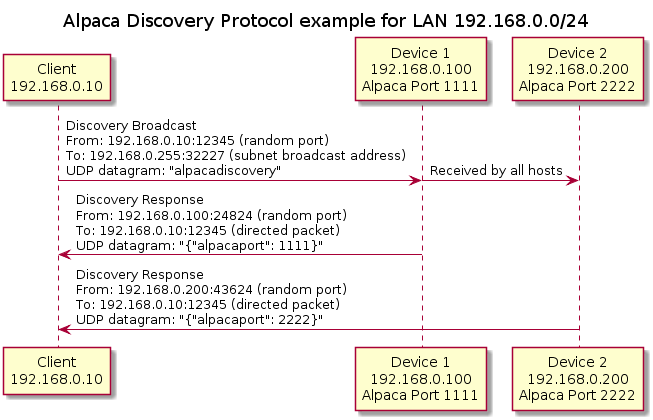
Earlier version of the PlantUML export Alpaca_Discovery_Flow.png (DanielVanNoord/AlpacaDiscoveryTests).
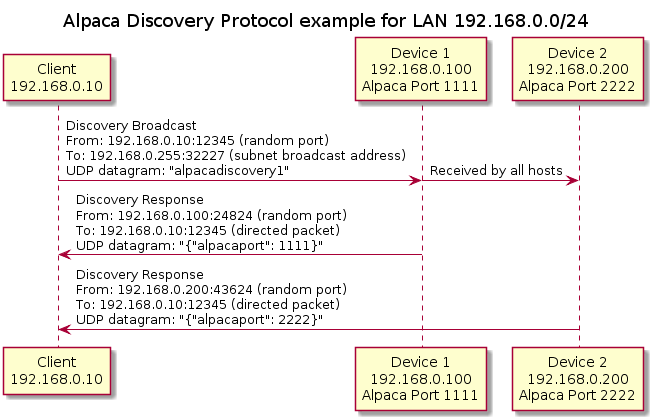
After the change.

Change to the diagram source:
```diff
@@ -5,7 +5,7 @@
 participant "Device 1\n192.168.0.100\nAlpaca Port 1111" as Device1
 participant "Device 2\n192.168.0.200\nAlpaca Port 2222" as Device2
 
-Client -> Device1 : Discovery Broadcast\nFrom: 192.168.0.10:12345 (random port)\nTo: 192.168.0.255:32227 (subnet broadcast address)\nUDP datagram: "alpacadiscovery"
+Client -> Device1 : Discovery Broadcast\nFrom: 192.168.0.10:12345 (random port)\nTo: 192.168.0.255:32227 (subnet broadcast address)\nUDP datagram: "alpacadiscovery1"
 & Device1 -> Device2 : Received by all hosts
 
 Device1 -> Client : Discovery Response\nFrom: 192.168.0.100:24824 (random port)\nTo: 192.168.0.10:12345 (directed packet)\nUDP datagram: "{"alpacaport": 1111}"
```
